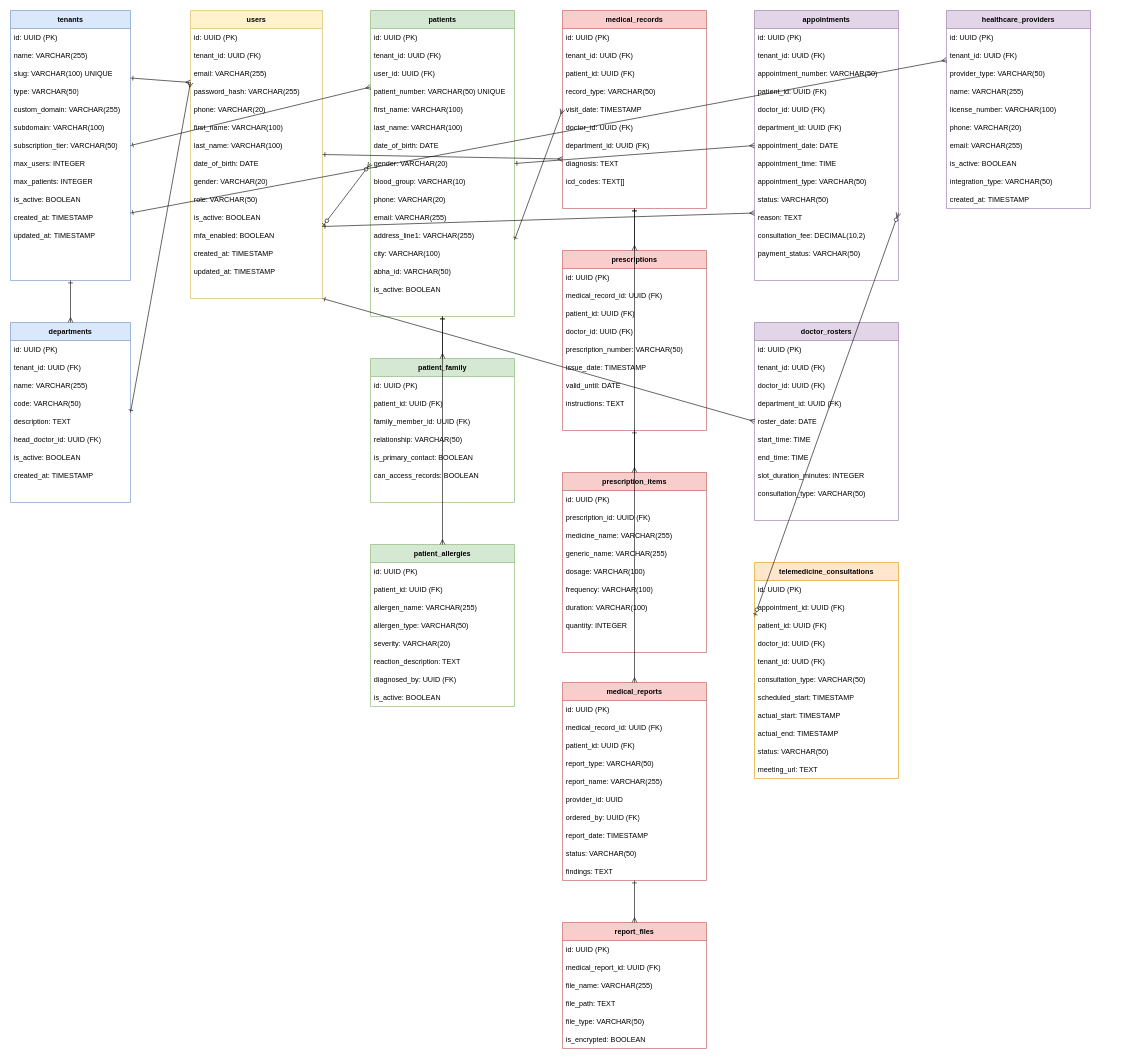
Above: database/schema/virtualdoc_database_schema.drawio.xml in deepj2013/virtualdoc (draw.io), before the change. Source tidied: cells renumbered, new cells numbered last; positions are measured from the earlier drawing's top-left corner, leaving out a move shared by most shapes. Both pictures are drawn from the tidied source at 60%, with x=0, y=0 at pixel (10, 10).
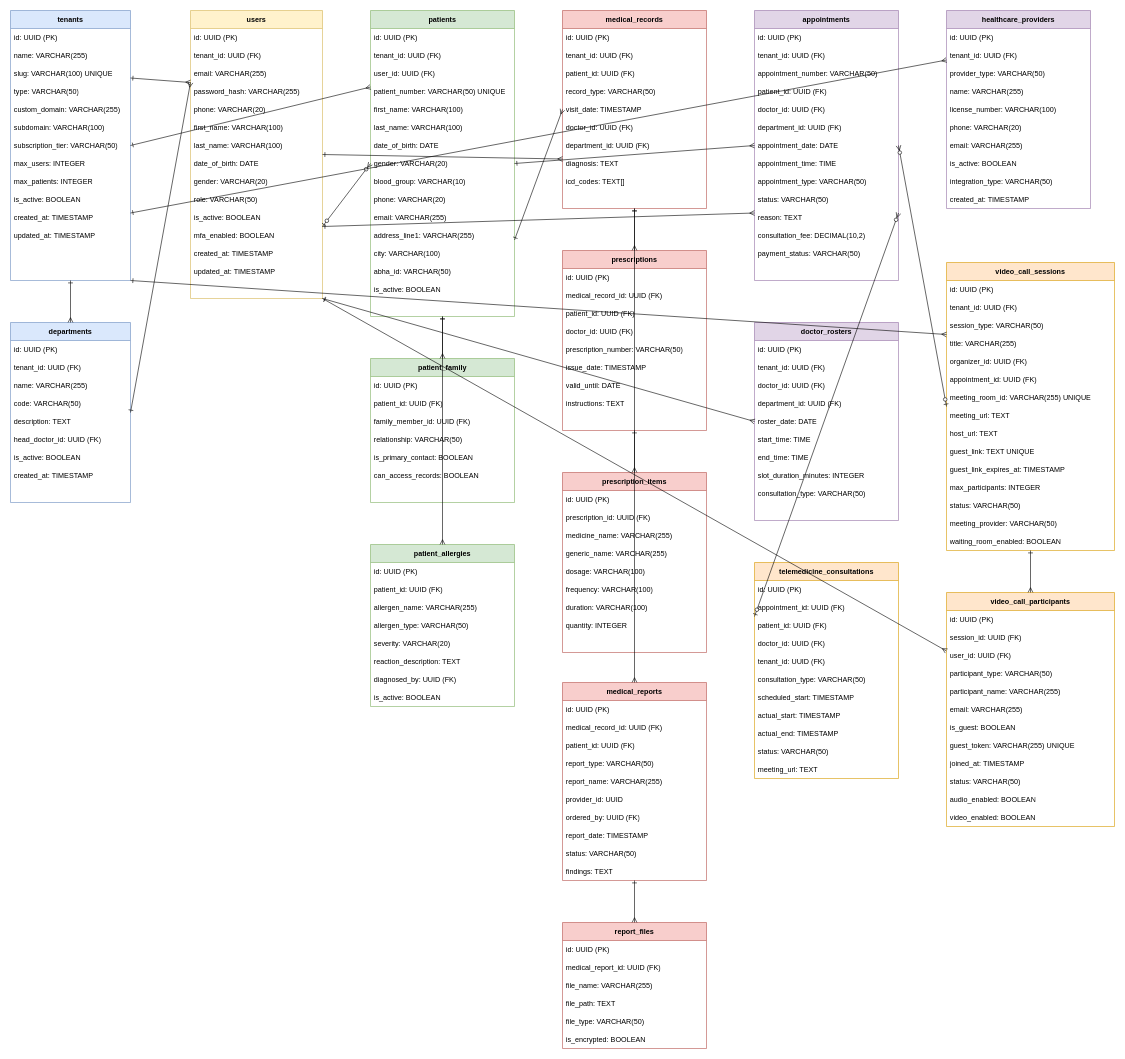
Above is the later version.

Commit message (it also covers changes not shown here):
feat(database): add comprehensive video calling & meeting management module

Unchanged cells that the change refers to:
```xml
<mxCell id="2" value="tenants" style="swimlane;fontStyle=1;horizontal=1;startSize=30;whiteSpace=wrap;html=1;fillColor=#dae8fc;strokeColor=#6c8ebf;" parent="1" vertex="1">
  <mxGeometry width="200" height="450" as="geometry" />
</mxCell>
<mxCell id="24" value="users" style="swimlane;fontStyle=1;horizontal=1;startSize=30;whiteSpace=wrap;html=1;fillColor=#fff2cc;strokeColor=#d6b656;" parent="1" vertex="1">
  <mxGeometry x="300" width="220" height="480" as="geometry" />
</mxCell>
<mxCell id="90" value="appointments" style="swimlane;fontStyle=1;horizontal=1;startSize=30;whiteSpace=wrap;html=1;fillColor=#e1d5e7;strokeColor=#9673a6;" parent="1" vertex="1">
  <mxGeometry x="1240" width="240" height="450" as="geometry" />
</mxCell>
```

Diff of the diagram source:
```diff
@@
+    <mxCell id="182" value="video_call_sessions" style="swimlane;fontStyle=1;horizontal=1;startSize=30;whiteSpace=wrap;html=1;fillColor=#ffe6cc;strokeColor=#d79b00;" parent="1" vertex="1">
+      <mxGeometry x="1560" y="420" width="280" height="480" as="geometry" />
+    </mxCell>
+    <mxCell id="183" value="id: UUID (PK)" style="text;strokeColor=none;fillColor=none;align=left;verticalAlign=middle;spacingLeft=4;spacingRight=4;overflow=hidden;whiteSpace=wrap;html=1;" parent="182" vertex="1">
+      <mxGeometry y="30" width="280" height="30" as="geometry" />
+    </mxCell>
+    <mxCell id="184" value="tenant_id: UUID (FK)" style="text;strokeColor=none;fillColor=none;align=left;verticalAlign=middle;spacingLeft=4;spacingRight=4;overflow=hidden;whiteSpace=wrap;html=1;" parent="182" vertex="1">
+      <mxGeometry y="60" width="280" height="30" as="geometry" />
+    </mxCell>
+    <mxCell id="185" value="session_type: VARCHAR(50)" style="text;strokeColor=none;fillColor=none;align=left;verticalAlign=middle;spacingLeft=4;spacingRight=4;overflow=hidden;whiteSpace=wrap;html=1;" parent="182" vertex="1">
+      <mxGeometry y="90" width="280" height="30" as="geometry" />
+    </mxCell>
+    <mxCell id="186" value="title: VARCHAR(255)" style="text;strokeColor=none;fillColor=none;align=left;verticalAlign=middle;spacingLeft=4;spacingRight=4;overflow=hidden;whiteSpace=wrap;html=1;" parent="182" vertex="1">
+      <mxGeometry y="120" width="280" height="30" as="geometry" />
+    </mxCell>
+    <mxCell id="187" value="organizer_id: UUID (FK)" style="text;strokeColor=none;fillColor=none;align=left;verticalAlign=middle;spacingLeft=4;spacingRight=4;overflow=hidden;whiteSpace=wrap;html=1;" parent="182" vertex="1">
+      <mxGeometry y="150" width="280" height="30" as="geometry" />
+    </mxCell>
+    <mxCell id="188" value="appointment_id: UUID (FK)" style="text;strokeColor=none;fillColor=none;align=left;verticalAlign=middle;spacingLeft=4;spacingRight=4;overflow=hidden;whiteSpace=wrap;html=1;" parent="182" vertex="1">
+      <mxGeometry y="180" width="280" height="30" as="geometry" />
+    </mxCell>
+    <mxCell id="189" value="meeting_room_id: VARCHAR(255) UNIQUE" style="text;strokeColor=none;fillColor=none;align=left;verticalAlign=middle;spacingLeft=4;spacingRight=4;overflow=hidden;whiteSpace=wrap;html=1;" parent="182" vertex="1">
+      <mxGeometry y="210" width="280" height="30" as="geometry" />
+    </mxCell>
+    <mxCell id="190" value="meeting_url: TEXT" style="text;strokeColor=none;fillColor=none;align=left;verticalAlign=middle;spacingLeft=4;spacingRight=4;overflow=hidden;whiteSpace=wrap;html=1;" parent="182" vertex="1">
+      <mxGeometry y="240" width="280" height="30" as="geometry" />
+    </mxCell>
+    <mxCell id="191" value="host_url: TEXT" style="text;strokeColor=none;fillColor=none;align=left;verticalAlign=middle;spacingLeft=4;spacingRight=4;overflow=hidden;whiteSpace=wrap;html=1;" parent="182" vertex="1">
+      <mxGeometry y="270" width="280" height="30" as="geometry" />
+    </mxCell>
+    <mxCell id="192" value="guest_link: TEXT UNIQUE" style="text;strokeColor=none;fillColor=none;align=left;verticalAlign=middle;spacingLeft=4;spacingRight=4;overflow=hidden;whiteSpace=wrap;html=1;" parent="182" vertex="1">
+      <mxGeometry y="300" width="280" height="30" as="geometry" />
+    </mxCell>
+    <mxCell id="193" value="guest_link_expires_at: TIMESTAMP" style="text;strokeColor=none;fillColor=none;align=left;verticalAlign=middle;spacingLeft=4;spacingRight=4;overflow=hidden;whiteSpace=wrap;html=1;" parent="182" vertex="1">
+      <mxGeometry y="330" width="280" height="30" as="geometry" />
+    </mxCell>
+    <mxCell id="194" value="max_participants: INTEGER" style="text;strokeColor=none;fillColor=none;align=left;verticalAlign=middle;spacingLeft=4;spacingRight=4;overflow=hidden;whiteSpace=wrap;html=1;" parent="182" vertex="1">
+      <mxGeometry y="360" width="280" height="30" as="geometry" />
+    </mxCell>
+    <mxCell id="195" value="status: VARCHAR(50)" style="text;strokeColor=none;fillColor=none;align=left;verticalAlign=middle;spacingLeft=4;spacingRight=4;overflow=hidden;whiteSpace=wrap;html=1;" parent="182" vertex="1">
+      <mxGeometry y="390" width="280" height="30" as="geometry" />
+    </mxCell>
+    <mxCell id="196" value="meeting_provider: VARCHAR(50)" style="text;strokeColor=none;fillColor=none;align=left;verticalAlign=middle;spacingLeft=4;spacingRight=4;overflow=hidden;whiteSpace=wrap;html=1;" parent="182" vertex="1">
+      <mxGeometry y="420" width="280" height="30" as="geometry" />
+    </mxCell>
+    <mxCell id="197" value="waiting_room_enabled: BOOLEAN" style="text;strokeColor=none;fillColor=none;align=left;verticalAlign=middle;spacingLeft=4;spacingRight=4;overflow=hidden;whiteSpace=wrap;html=1;" parent="182" vertex="1">
+      <mxGeometry y="450" width="280" height="30" as="geometry" />
+    </mxCell>
+    <mxCell id="198" value="video_call_participants" style="swimlane;fontStyle=1;horizontal=1;startSize=30;whiteSpace=wrap;html=1;fillColor=#ffe6cc;strokeColor=#d79b00;" parent="1" vertex="1">
+      <mxGeometry x="1560" y="970" width="280" height="390" as="geometry" />
+    </mxCell>
+    <mxCell id="199" value="id: UUID (PK)" style="text;strokeColor=none;fillColor=none;align=left;verticalAlign=middle;spacingLeft=4;spacingRight=4;overflow=hidden;whiteSpace=wrap;html=1;" parent="198" vertex="1">
+      <mxGeometry y="30" width="280" height="30" as="geometry" />
+    </mxCell>
+    <mxCell id="200" value="session_id: UUID (FK)" style="text;strokeColor=none;fillColor=none;align=left;verticalAlign=middle;spacingLeft=4;spacingRight=4;overflow=hidden;whiteSpace=wrap;html=1;" parent="198" vertex="1">
+      <mxGeometry y="60" width="280" height="30" as="geometry" />
+    </mxCell>
+    <mxCell id="201" value="user_id: UUID (FK)" style="text;strokeColor=none;fillColor=none;align=left;verticalAlign=middle;spacingLeft=4;spacingRight=4;overflow=hidden;whiteSpace=wrap;html=1;" parent="198" vertex="1">
+      <mxGeometry y="90" width="280" height="30" as="geometry" />
+    </mxCell>
+    <mxCell id="202" value="participant_type: VARCHAR(50)" style="text;strokeColor=none;fillColor=none;align=left;verticalAlign=middle;spacingLeft=4;spacingRight=4;overflow=hidden;whiteSpace=wrap;html=1;" parent="198" vertex="1">
+      <mxGeometry y="120" width="280" height="30" as="geometry" />
+    </mxCell>
+    <mxCell id="203" value="participant_name: VARCHAR(255)" style="text;strokeColor=none;fillColor=none;align=left;verticalAlign=middle;spacingLeft=4;spacingRight=4;overflow=hidden;whiteSpace=wrap;html=1;" parent="198" vertex="1">
+      <mxGeometry y="150" width="280" height="30" as="geometry" />
+    </mxCell>
+    <mxCell id="204" value="email: VARCHAR(255)" style="text;strokeColor=none;fillColor=none;align=left;verticalAlign=middle;spacingLeft=4;spacingRight=4;overflow=hidden;whiteSpace=wrap;html=1;" parent="198" vertex="1">
+      <mxGeometry y="180" width="280" height="30" as="geometry" />
+    </mxCell>
+    <mxCell id="205" value="is_guest: BOOLEAN" style="text;strokeColor=none;fillColor=none;align=left;verticalAlign=middle;spacingLeft=4;spacingRight=4;overflow=hidden;whiteSpace=wrap;html=1;" parent="198" vertex="1">
+      <mxGeometry y="210" width="280" height="30" as="geometry" />
+    </mxCell>
+    <mxCell id="206" value="guest_token: VARCHAR(255) UNIQUE" style="text;strokeColor=none;fillColor=none;align=left;verticalAlign=middle;spacingLeft=4;spacingRight=4;overflow=hidden;whiteSpace=wrap;html=1;" parent="198" vertex="1">
+      <mxGeometry y="240" width="280" height="30" as="geometry" />
+    </mxCell>
+    <mxCell id="207" value="joined_at: TIMESTAMP" style="text;strokeColor=none;fillColor=none;align=left;verticalAlign=middle;spacingLeft=4;spacingRight=4;overflow=hidden;whiteSpace=wrap;html=1;" parent="198" vertex="1">
+      <mxGeometry y="270" width="280" height="30" as="geometry" />
+    </mxCell>
+    <mxCell id="208" value="status: VARCHAR(50)" style="text;strokeColor=none;fillColor=none;align=left;verticalAlign=middle;spacingLeft=4;spacingRight=4;overflow=hidden;whiteSpace=wrap;html=1;" parent="198" vertex="1">
+      <mxGeometry y="300" width="280" height="30" as="geometry" />
+    </mxCell>
+    <mxCell id="209" value="audio_enabled: BOOLEAN" style="text;strokeColor=none;fillColor=none;align=left;verticalAlign=middle;spacingLeft=4;spacingRight=4;overflow=hidden;whiteSpace=wrap;html=1;" parent="198" vertex="1">
+      <mxGeometry y="330" width="280" height="30" as="geometry" />
+    </mxCell>
+    <mxCell id="210" value="video_enabled: BOOLEAN" style="text;strokeColor=none;fillColor=none;align=left;verticalAlign=middle;spacingLeft=4;spacingRight=4;overflow=hidden;whiteSpace=wrap;html=1;" parent="198" vertex="1">
+      <mxGeometry y="360" width="280" height="30" as="geometry" />
+    </mxCell>
+    <mxCell id="211" style="endArrow=ERzeroToOne;startArrow=ERzeroToMany;html=1;rounded=0;exitX=1;exitY=0.5;exitDx=0;exitDy=0;entryX=0;entryY=0.5;entryDx=0;entryDy=0;" parent="1" edge="1" source="90" target="182">
+      <mxGeometry relative="1" as="geometry" />
+    </mxCell>
+    <mxCell id="212" style="endArrow=ERmany;startArrow=ERone;html=1;rounded=0;exitX=0.5;exitY=1;exitDx=0;exitDy=0;entryX=0.5;entryY=0;entryDx=0;entryDy=0;" parent="1" edge="1" source="182" target="198">
+      <mxGeometry relative="1" as="geometry" />
+    </mxCell>
+    <mxCell id="213" style="endArrow=ERmany;startArrow=ERone;html=1;rounded=0;exitX=1;exitY=1;exitDx=0;exitDy=0;entryX=0;entryY=0.25;entryDx=0;entryDy=0;" parent="1" edge="1" source="24" target="198">
+      <mxGeometry relative="1" as="geometry" />
+    </mxCell>
+    <mxCell id="214" style="endArrow=ERmany;startArrow=ERone;html=1;rounded=0;exitX=1;exitY=1;exitDx=0;exitDy=0;entryX=0;entryY=0.25;entryDx=0;entryDy=0;" parent="1" edge="1" source="2" target="182">
+      <mxGeometry relative="1" as="geometry" />
+    </mxCell>
```
